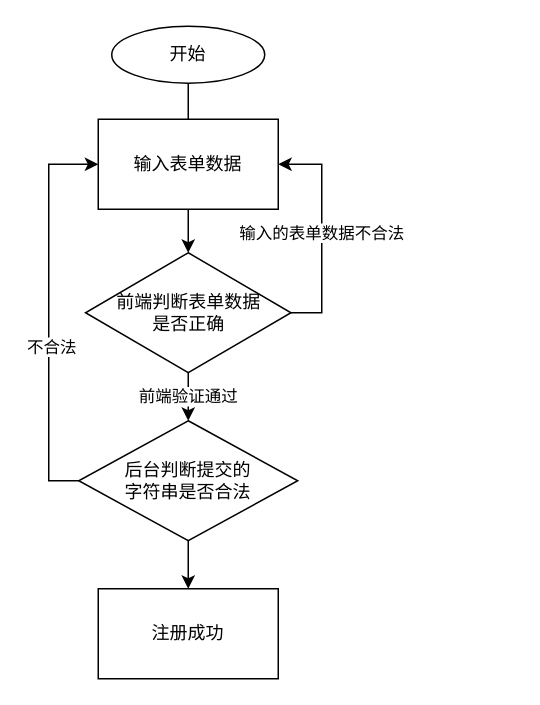
This is page "第 12 页" (12 of 16) of 未命名绘图.drawio from JiYiXingLi/-, a draw.io file, before an edit. Source tidied: cells renumbered, new cells numbered last; positions are measured from the earlier drawing's top-left corner, leaving out a move shared by most shapes. Both pictures are drawn from the tidied source at 150%, with x=0, y=0 at pixel (48, 26).
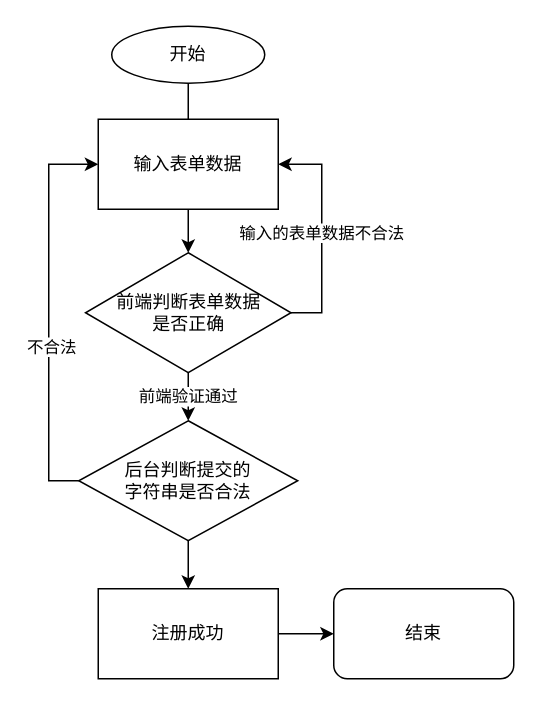
The same diagram, later.

Change to the diagram source:
```diff
@@
 <mxGraphModel>
   <root>
     <mxCell id="0" />
     <mxCell id="1" parent="0" />
     <mxCell id="2" style="edgeStyle=orthogonalEdgeStyle;rounded=0;jettySize=auto;html=1;" parent="1" edge="1" source="3" target="7">
       <mxGeometry relative="1" as="geometry" />
     </mxCell>
     <mxCell id="3" value="开始" style="ellipse;whiteSpace=wrap;html=1;fillColor=#ffffff;" parent="1" vertex="1">
       <mxGeometry x="42" width="102" height="38" as="geometry" />
     </mxCell>
     <mxCell id="4" value="输入表单数据" style="rounded=0;whiteSpace=wrap;html=1;fillColor=#ffffff;" parent="1" vertex="1">
       <mxGeometry x="33" y="62" width="120" height="60" as="geometry" />
     </mxCell>
     <mxCell id="5" value="前端验证通过" style="edgeStyle=orthogonalEdgeStyle;rounded=0;jettySize=auto;html=1;" parent="1" edge="1" source="7" target="11">
       <mxGeometry relative="1" as="geometry" />
     </mxCell>
     <mxCell id="6" value="输入的表单数据不合法" style="edgeStyle=orthogonalEdgeStyle;rounded=0;jettySize=auto;html=1;exitX=1;exitY=0.5;exitDx=0;exitDy=0;entryX=1;entryY=0.5;entryDx=0;entryDy=0;" parent="1" edge="1" source="7" target="4">
       <mxGeometry relative="1" as="geometry">
         <Array as="points">
           <mxPoint x="182" y="191" />
           <mxPoint x="182" y="92" />
         </Array>
       </mxGeometry>
     </mxCell>
     <mxCell id="7" value="前端判断表单数据&lt;br&gt;是否正确" style="rhombus;whiteSpace=wrap;html=1;fillColor=#ffffff;" parent="1" vertex="1">
       <mxGeometry x="24.5" y="151" width="137" height="80" as="geometry" />
     </mxCell>
     <mxCell id="8" style="edgeStyle=orthogonalEdgeStyle;rounded=0;jettySize=auto;html=1;entryX=0;entryY=0.5;entryDx=0;entryDy=0;" parent="1" edge="1" source="11" target="4">
       <mxGeometry relative="1" as="geometry">
         <Array as="points">
           <mxPoint y="303" />
           <mxPoint y="92" />
         </Array>
       </mxGeometry>
     </mxCell>
     <mxCell id="9" value="不合法" style="edgeLabel;html=1;align=center;verticalAlign=middle;" parent="8" vertex="1">
       <mxGeometry x="-0.17" y="-1" relative="1" as="geometry" />
     </mxCell>
     <mxCell id="10" style="edgeStyle=orthogonalEdgeStyle;rounded=0;jettySize=auto;html=1;" parent="1" edge="1" source="11" target="12">
       <mxGeometry relative="1" as="geometry" />
     </mxCell>
     <mxCell id="11" value="后台判断提交的&lt;br&gt;字符串是否合法" style="rhombus;whiteSpace=wrap;html=1;fillColor=#ffffff;" parent="1" vertex="1">
       <mxGeometry x="20" y="263" width="146" height="80" as="geometry" />
     </mxCell>
+    <mxCell id="13" style="edgeStyle=orthogonalEdgeStyle;rounded=0;jettySize=auto;html=1;" parent="1" edge="1" source="12" target="14">
+      <mxGeometry relative="1" as="geometry" />
+    </mxCell>
     <mxCell id="12" value="注册成功" style="rounded=0;whiteSpace=wrap;html=1;fillColor=#ffffff;" parent="1" vertex="1">
       <mxGeometry x="33" y="375" width="120" height="60" as="geometry" />
     </mxCell>
+    <mxCell id="14" value="结束" style="rounded=1;whiteSpace=wrap;html=1;fillColor=#ffffff;" parent="1" vertex="1">
+      <mxGeometry x="190" y="375" width="120" height="60" as="geometry" />
+    </mxCell>
   </root>
 </mxGraphModel>
```
